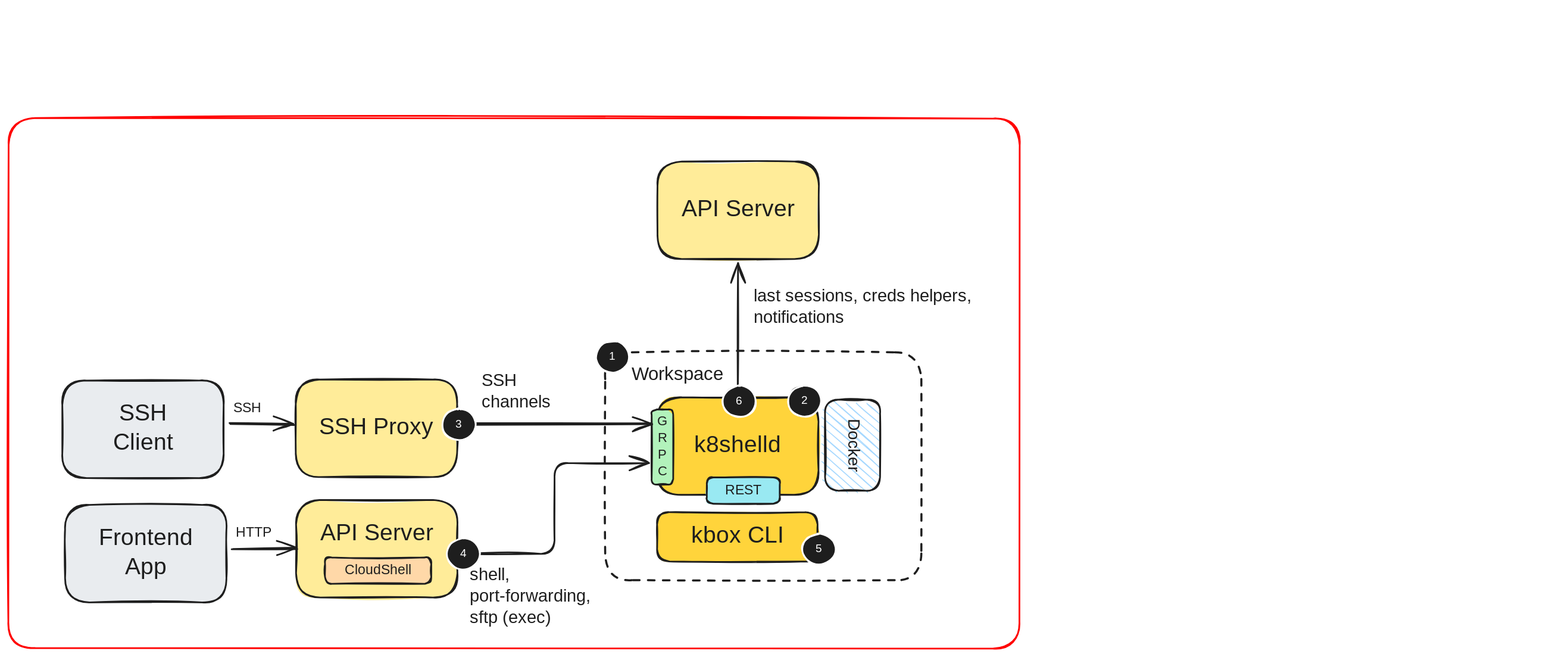
Above: drawings/workspace-architecture.excalidraw.svg in k8shell-io/docs (Excalidraw), before the change. Source tidied: one line per element, renumbered; positions are measured from the earlier drawing's top-left corner, leaving out a move shared by most shapes.
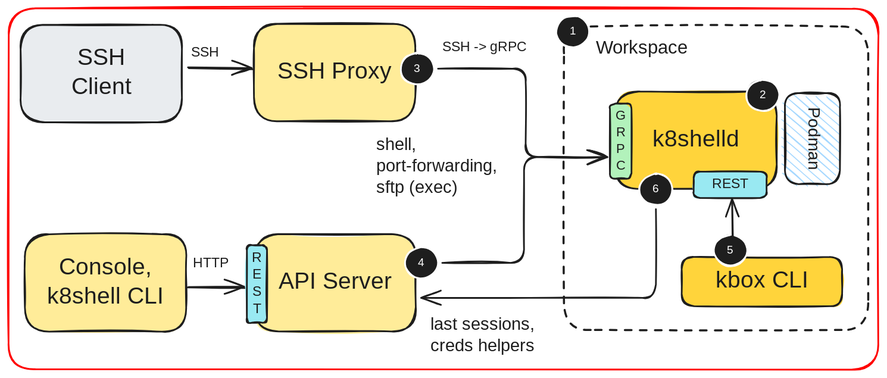
After the change.

Diff of the diagram source:
```diff
@@ -1,47 +1,46 @@
-{"id": 0, "type": "rectangle", "strokeColor": "#ff0000", "angle": 0.0, "strokeWidth": 2, "roughness": 1, "round": true, "x": 0, "y": 0, "width": 1213, "height": 636}
+{"id": 0, "type": "rectangle", "strokeColor": "#ff0000", "angle": 0.0, "strokeWidth": 2, "roughness": 1, "round": true, "x": 50, "y": 202, "width": 1044, "height": 433}
-{"id": 1, "type": "rectangle", "strokeColor": "#1e1e1e", "backgroundColor": "#ffd43b", "fillStyle": "solid", "strokeWidth": 2, "roughness": 1, "round": true, "x": 778, "y": 335, "width": 194, "height": 117}
+{"id": 1, "type": "rectangle", "strokeColor": "#1e1e1e", "backgroundColor": "#ffd43b", "fillStyle": "solid", "strokeWidth": 2, "roughness": 1, "round": true, "x": 778, "y": 301, "width": 194, "height": 117}
-{"id": 2, "type": "text", "text": "k8shelld", "strokeColor": "#1e1e1e", "strokeWidth": 2, "roughness": 1, "fontSize": 28, "fontFamily": 5, "textAlign": "center", "verticalAlign": "middle", "inside": 1, "x": 821, "y": 376, "width": 108, "height": 35}
+{"id": 2, "type": "text", "text": "k8shelld", "strokeColor": "#1e1e1e", "strokeWidth": 2, "roughness": 1, "fontSize": 28, "fontFamily": 5, "textAlign": "center", "verticalAlign": "middle", "inside": 1, "x": 821, "y": 342, "width": 108, "height": 35}
-{"id": 3, "type": "rectangle", "strokeColor": "#1e1e1e", "backgroundColor": "#b2f2bb", "fillStyle": "solid", "strokeWidth": 2, "roughness": 1, "round": true, "x": 772, "y": 349, "width": 26, "height": 90}
+{"id": 3, "type": "rectangle", "strokeColor": "#1e1e1e", "backgroundColor": "#b2f2bb", "fillStyle": "solid", "strokeWidth": 2, "roughness": 1, "round": true, "x": 772, "y": 316, "width": 26, "height": 90}
-{"id": 4, "type": "text", "text": "G\nR\nP\nC", "strokeColor": "#1e1e1e", "strokeWidth": 2, "roughness": 1, "fontSize": 16.02, "fontFamily": 5, "textAlign": "center", "verticalAlign": "middle", "inside": 3, "x": 778, "y": 354, "width": 12, "height": 80}
+{"id": 4, "type": "text", "text": "G\nR\nP\nC", "strokeColor": "#1e1e1e", "strokeWidth": 2, "roughness": 1, "fontSize": 16.02, "fontFamily": 5, "textAlign": "center", "verticalAlign": "middle", "inside": 3, "x": 778, "y": 321, "width": 12, "height": 80}
-{"id": 5, "type": "rectangle", "strokeColor": "#1e1e1e", "backgroundColor": "#ffec99", "fillStyle": "solid", "strokeWidth": 2, "roughness": 1, "round": true, "x": 345, "y": 313, "width": 194, "height": 117}
+{"id": 5, "type": "rectangle", "strokeColor": "#1e1e1e", "backgroundColor": "#ffec99", "fillStyle": "solid", "strokeWidth": 2, "roughness": 1, "round": true, "x": 344, "y": 220, "width": 194, "height": 117}
-{"id": 6, "type": "text", "text": "SSH Proxy", "strokeColor": "#1e1e1e", "strokeWidth": 2, "roughness": 1, "fontSize": 28, "fontFamily": 5, "textAlign": "center", "verticalAlign": "middle", "inside": 5, "x": 371, "y": 354, "width": 141, "height": 35}
+{"id": 6, "type": "text", "text": "SSH Proxy", "strokeColor": "#1e1e1e", "strokeWidth": 2, "roughness": 1, "fontSize": 28, "fontFamily": 5, "textAlign": "center", "verticalAlign": "middle", "inside": 5, "x": 371, "y": 261, "width": 141, "height": 35}
-{"id": 7, "type": "rectangle", "strokeColor": "#1e1e1e", "strokeWidth": 2, "strokeStyle": "dashed", "roughness": 1, "round": true, "x": 716, "y": 281, "width": 379, "height": 273}
+{"id": 7, "type": "rectangle", "strokeColor": "#1e1e1e", "strokeWidth": 2, "strokeStyle": "dashed", "roughness": 1, "round": true, "x": 717, "y": 223, "width": 365, "height": 364}
-{"id": 8, "type": "rectangle", "strokeColor": "#1e1e1e", "angle": 1.57, "backgroundColor": "#a5d8ff", "fillStyle": "hachure", "strokeWidth": 2, "roughness": 1, "round": true, "x": 958, "y": 359, "width": 109, "height": 66}
+{"id": 8, "type": "rectangle", "strokeColor": "#1e1e1e", "angle": 1.57, "backgroundColor": "#a5d8ff", "fillStyle": "hachure", "strokeWidth": 2, "roughness": 1, "round": true, "x": 960, "y": 325, "width": 109, "height": 66}
-{"id": 9, "type": "text", "text": "Docker", "strokeColor": "#1e1e1e", "angle": 1.57, "strokeWidth": 2, "roughness": 1, "fontSize": 20, "fontFamily": 5, "textAlign": "center", "verticalAlign": "middle", "inside": 8, "x": 979, "y": 380, "width": 67, "height": 25}
+{"id": 9, "type": "text", "text": "Podman", "strokeColor": "#1e1e1e", "angle": 1.57, "strokeWidth": 2, "roughness": 1, "fontSize": 20, "fontFamily": 5, "textAlign": "center", "verticalAlign": "middle", "inside": 8, "x": 978, "y": 346, "width": 73, "height": 25}
-{"id": 10, "type": "rectangle", "strokeColor": "#1e1e1e", "backgroundColor": "#ffec99", "fillStyle": "solid", "strokeWidth": 2, "roughness": 1, "round": true, "x": 345, "y": 458, "width": 194, "height": 117}
+{"id": 10, "type": "rectangle", "strokeColor": "#1e1e1e", "backgroundColor": "#ffec99", "fillStyle": "solid", "strokeWidth": 2, "roughness": 1, "round": true, "x": 345, "y": 473, "width": 194, "height": 117}
-{"id": 11, "type": "text", "text": "API Server\n", "strokeColor": "#1e1e1e", "strokeWidth": 2, "roughness": 1, "fontSize": 28, "fontFamily": 5, "textAlign": "center", "verticalAlign": "middle", "inside": 10, "x": 367, "y": 481, "width": 150, "height": 70}
+{"id": 11, "type": "text", "text": "API Server", "strokeColor": "#1e1e1e", "strokeWidth": 2, "roughness": 1, "fontSize": 28, "fontFamily": 5, "textAlign": "center", "verticalAlign": "middle", "inside": 10, "x": 367, "y": 514, "width": 150, "height": 35}
-{"id": 12, "type": "rectangle", "strokeColor": "#1e1e1e", "backgroundColor": "#ffd8a8", "fillStyle": "solid", "strokeWidth": 2, "roughness": 1, "round": true, "x": 380, "y": 527, "width": 127, "height": 32}
-{"id": 13, "type": "text", "text": "CloudShell", "strokeColor": "#1e1e1e", "backgroundColor": "#ffec99", "fillStyle": "solid", "strokeWidth": 2, "roughness": 1, "fontSize": 16.5, "fontFamily": 5, "textAlign": "center", "verticalAlign": "middle", "inside": 12, "x": 404, "y": 532, "width": 79, "height": 21}
-{"id": 14, "type": "rectangle", "strokeColor": "#1e1e1e", "backgroundColor": "#ffec99", "fillStyle": "solid", "strokeWidth": 2, "roughness": 1, "round": true, "x": 779, "y": 52, "width": 194, "height": 117}
-{"id": 15, "type": "text", "text": "API Server", "strokeColor": "#1e1e1e", "strokeWidth": 2, "roughness": 1, "fontSize": 28, "fontFamily": 5, "textAlign": "center", "verticalAlign": "middle", "inside": 14, "x": 800, "y": 93, "width": 150, "height": 35}
-{"id": 16, "type": "rectangle", "strokeColor": "#1e1e1e", "backgroundColor": "#ffd43b", "fillStyle": "solid", "strokeWidth": 2, "roughness": 1, "round": true, "x": 778, "y": 472, "width": 193, "height": 59}
+{"id": 16, "type": "rectangle", "strokeColor": "#1e1e1e", "backgroundColor": "#ffd43b", "fillStyle": "solid", "strokeWidth": 2, "roughness": 1, "round": true, "x": 858, "y": 500, "width": 193, "height": 59}
-{"id": 17, "type": "text", "text": "kbox CLI", "strokeColor": "#1e1e1e", "strokeWidth": 2, "roughness": 1, "fontSize": 28, "fontFamily": 5, "textAlign": "center", "verticalAlign": "middle", "inside": 16, "x": 813, "y": 484, "width": 123, "height": 35}
+{"id": 17, "type": "text", "text": "kbox CLI", "strokeColor": "#1e1e1e", "strokeWidth": 2, "roughness": 1, "fontSize": 28, "fontFamily": 5, "textAlign": "center", "verticalAlign": "middle", "inside": 16, "x": 893, "y": 512, "width": 123, "height": 35}
-{"id": 18, "type": "arrow", "strokeColor": "#1e1e1e", "backgroundColor": "#d0bfff", "fillStyle": "solid", "strokeWidth": 2, "roughness": 1, "endArrowhead": "arrow", "round": true, "from": 5, "to": 3, "x": 543, "y": 367, "width": 228, "height": 0, "points": [[0, 0], [228, 0]]}
-{"id": 19, "type": "arrow", "strokeColor": "#1e1e1e", "backgroundColor": "#d0bfff", "fillStyle": "solid", "strokeWidth": 2, "roughness": 1, "endArrowhead": "arrow", "from": 10, "to": 3, "x": 546, "y": 522, "width": 222, "height": 109, "points": [[0, 0], [109, 0], [109, -109], [222, -109]]}
+{"id": 19, "type": "arrow", "strokeColor": "#1e1e1e", "backgroundColor": "#d0bfff", "fillStyle": "solid", "strokeWidth": 2, "roughness": 1, "endArrowhead": "arrow", "from": 33, "to": 3, "x": 570, "y": 507, "width": 198, "height": 127, "points": [[0, 0], [98, 0], [98, -127], [198, -127]]}
-{"id": 20, "type": "arrow", "strokeColor": "#1e1e1e", "backgroundColor": "#d0bfff", "fillStyle": "solid", "strokeWidth": 2, "roughness": 1, "endArrowhead": "arrow", "from": 1, "to": 14, "x": 875, "y": 330, "width": 0, "height": 156, "points": [[0, 0], [0, -156]]}
-{"id": 21, "type": "text", "text": "SSH \nchannels", "strokeColor": "#1e1e1e", "backgroundColor": "#ffd43b", "fillStyle": "solid", "strokeWidth": 2, "roughness": 1, "fontSize": 20.52, "fontFamily": 5, "x": 568, "y": 303, "width": 82, "height": 51}
+{"id": 21, "type": "text", "text": "SSH -> gRPC", "strokeColor": "#1e1e1e", "backgroundColor": "#ffd43b", "fillStyle": "solid", "strokeWidth": 2, "roughness": 1, "fontSize": 16.12, "fontFamily": 5, "x": 570, "y": 239, "width": 100, "height": 20}
-{"id": 22, "type": "text", "text": "shell, \nport-forwarding,\nsftp (exec)", "strokeColor": "#1e1e1e", "backgroundColor": "#ffd43b", "fillStyle": "solid", "strokeWidth": 2, "roughness": 1, "fontSize": 20.52, "fontFamily": 5, "x": 553, "y": 536, "width": 162, "height": 77}
+{"id": 22, "type": "text", "text": "shell, \nport-forwarding,\nsftp (exec)", "strokeColor": "#1e1e1e", "backgroundColor": "#ffd43b", "fillStyle": "solid", "strokeWidth": 2, "roughness": 1, "fontSize": 20.52, "fontFamily": 5, "x": 491, "y": 354, "width": 162, "height": 77}
-{"id": 23, "type": "text", "text": "last sessions, creds helpers,\nnotifications", "strokeColor": "#1e1e1e", "backgroundColor": "#ffd43b", "fillStyle": "solid", "strokeWidth": 2, "roughness": 1, "fontSize": 20.52, "fontFamily": 5, "x": 894, "y": 202, "width": 280, "height": 51}
+{"id": 23, "type": "text", "text": "last sessions, \ncreds helpers", "strokeColor": "#1e1e1e", "backgroundColor": "#ffd43b", "fillStyle": "solid", "strokeWidth": 2, "roughness": 1, "fontSize": 20.52, "fontFamily": 5, "x": 556, "y": 569, "width": 144, "height": 51}
-{"id": 24, "type": "text", "text": "Workspace", "strokeColor": "#1e1e1e", "strokeWidth": 2, "strokeStyle": "dashed", "roughness": 1, "fontSize": 22.38, "fontFamily": 5, "x": 748, "y": 294, "width": 112, "height": 28}
+{"id": 24, "type": "text", "text": "Workspace", "strokeColor": "#1e1e1e", "strokeWidth": 2, "strokeStyle": "dashed", "roughness": 1, "fontSize": 22.38, "fontFamily": 5, "x": 755, "y": 236, "width": 112, "height": 28}
-{"id": 25, "type": "rectangle", "strokeColor": "#1e1e1e", "backgroundColor": "#99e9f2", "fillStyle": "solid", "strokeWidth": 2, "roughness": 1, "round": true, "x": 838, "y": 431, "width": 88, "height": 32}
+{"id": 25, "type": "rectangle", "strokeColor": "#1e1e1e", "backgroundColor": "#99e9f2", "fillStyle": "solid", "strokeWidth": 2, "roughness": 1, "round": true, "x": 872, "y": 398, "width": 88, "height": 32}
-{"id": 26, "type": "text", "text": "REST", "strokeColor": "#1e1e1e", "strokeWidth": 2, "roughness": 1, "fontSize": 16.53, "fontFamily": 5, "textAlign": "center", "verticalAlign": "middle", "inside": 25, "x": 858, "y": 436, "width": 48, "height": 21}
+{"id": 26, "type": "text", "text": "REST", "strokeColor": "#1e1e1e", "strokeWidth": 2, "roughness": 1, "fontSize": 16.53, "fontFamily": 5, "textAlign": "center", "verticalAlign": "middle", "inside": 25, "x": 892, "y": 403, "width": 48, "height": 21}
-{"id": 27, "type": "ellipse", "strokeColor": "#ffffff", "backgroundColor": "#1e1e1e", "fillStyle": "solid", "strokeWidth": 2, "roughness": 1, "round": true, "x": 705, "y": 267, "width": 40, "height": 38}
+{"id": 27, "type": "ellipse", "strokeColor": "#ffffff", "backgroundColor": "#1e1e1e", "fillStyle": "solid", "strokeWidth": 2, "roughness": 1, "round": true, "x": 707, "y": 211, "width": 40, "height": 38}
-{"id": 28, "type": "text", "text": "1", "strokeColor": "#ffffff", "backgroundColor": "#1e1e1e", "fillStyle": "solid", "strokeWidth": 2, "roughness": 1, "fontSize": 13.5, "fontFamily": 5, "textAlign": "center", "verticalAlign": "middle", "inside": 27, "x": 722, "y": 278, "width": 6, "height": 17}
+{"id": 28, "type": "text", "text": "1", "strokeColor": "#ffffff", "backgroundColor": "#1e1e1e", "fillStyle": "solid", "strokeWidth": 2, "roughness": 1, "fontSize": 13.5, "fontFamily": 5, "textAlign": "center", "verticalAlign": "middle", "inside": 27, "x": 724, "y": 221, "width": 6, "height": 17}
-{"id": 29, "type": "ellipse", "strokeColor": "#ffffff", "backgroundColor": "#1e1e1e", "fillStyle": "solid", "strokeWidth": 2, "roughness": 1, "round": true, "x": 935, "y": 320, "width": 40, "height": 38}
+{"id": 29, "type": "ellipse", "strokeColor": "#ffffff", "backgroundColor": "#1e1e1e", "fillStyle": "solid", "strokeWidth": 2, "roughness": 1, "round": true, "x": 935, "y": 287, "width": 40, "height": 38}
-{"id": 30, "type": "text", "text": "2", "strokeColor": "#ffffff", "backgroundColor": "#1e1e1e", "fillStyle": "solid", "strokeWidth": 2, "roughness": 1, "fontSize": 13.5, "fontFamily": 5, "textAlign": "center", "verticalAlign": "middle", "inside": 29, "x": 950, "y": 331, "width": 9, "height": 17}
+{"id": 30, "type": "text", "text": "2", "strokeColor": "#ffffff", "backgroundColor": "#1e1e1e", "fillStyle": "solid", "strokeWidth": 2, "roughness": 1, "fontSize": 13.5, "fontFamily": 5, "textAlign": "center", "verticalAlign": "middle", "inside": 29, "x": 950, "y": 298, "width": 9, "height": 17}
-{"id": 31, "type": "ellipse", "strokeColor": "#ffffff", "backgroundColor": "#1e1e1e", "fillStyle": "solid", "strokeWidth": 2, "roughness": 1, "round": true, "x": 521, "y": 348, "width": 40, "height": 38}
+{"id": 31, "type": "ellipse", "strokeColor": "#ffffff", "backgroundColor": "#1e1e1e", "fillStyle": "solid", "strokeWidth": 2, "roughness": 1, "round": true, "x": 521, "y": 255, "width": 40, "height": 38}
-{"id": 32, "type": "text", "text": "3", "strokeColor": "#ffffff", "backgroundColor": "#1e1e1e", "fillStyle": "solid", "strokeWidth": 2, "roughness": 1, "fontSize": 13.5, "fontFamily": 5, "textAlign": "center", "verticalAlign": "middle", "inside": 31, "x": 536, "y": 359, "width": 8, "height": 17}
+{"id": 32, "type": "text", "text": "3", "strokeColor": "#ffffff", "backgroundColor": "#1e1e1e", "fillStyle": "solid", "strokeWidth": 2, "roughness": 1, "fontSize": 13.5, "fontFamily": 5, "textAlign": "center", "verticalAlign": "middle", "inside": 31, "x": 536, "y": 266, "width": 8, "height": 17}
-{"id": 33, "type": "ellipse", "strokeColor": "#ffffff", "backgroundColor": "#1e1e1e", "fillStyle": "solid", "strokeWidth": 2, "roughness": 1, "round": true, "x": 526, "y": 504, "width": 40, "height": 38}
+{"id": 33, "type": "ellipse", "strokeColor": "#ffffff", "backgroundColor": "#1e1e1e", "fillStyle": "solid", "strokeWidth": 2, "roughness": 1, "round": true, "x": 526, "y": 488, "width": 40, "height": 38}
-{"id": 34, "type": "text", "text": "4", "strokeColor": "#ffffff", "backgroundColor": "#1e1e1e", "fillStyle": "solid", "strokeWidth": 2, "roughness": 1, "fontSize": 13.5, "fontFamily": 5, "textAlign": "center", "verticalAlign": "middle", "inside": 33, "x": 542, "y": 514, "width": 8, "height": 17}
+{"id": 34, "type": "text", "text": "4", "strokeColor": "#ffffff", "backgroundColor": "#1e1e1e", "fillStyle": "solid", "strokeWidth": 2, "roughness": 1, "fontSize": 13.5, "fontFamily": 5, "textAlign": "center", "verticalAlign": "middle", "inside": 33, "x": 541, "y": 499, "width": 8, "height": 17}
-{"id": 35, "type": "ellipse", "strokeColor": "#ffffff", "backgroundColor": "#1e1e1e", "fillStyle": "solid", "strokeWidth": 2, "roughness": 1, "round": true, "x": 952, "y": 498, "width": 40, "height": 38}
+{"id": 35, "type": "ellipse", "strokeColor": "#ffffff", "backgroundColor": "#1e1e1e", "fillStyle": "solid", "strokeWidth": 2, "roughness": 1, "round": true, "x": 896, "y": 473, "width": 40, "height": 38}
-{"id": 36, "type": "text", "text": "5", "strokeColor": "#ffffff", "backgroundColor": "#1e1e1e", "fillStyle": "solid", "strokeWidth": 2, "roughness": 1, "fontSize": 13.5, "fontFamily": 5, "textAlign": "center", "verticalAlign": "middle", "inside": 35, "x": 968, "y": 509, "width": 8, "height": 17}
+{"id": 36, "type": "text", "text": "5", "strokeColor": "#ffffff", "backgroundColor": "#1e1e1e", "fillStyle": "solid", "strokeWidth": 2, "roughness": 1, "fontSize": 13.5, "fontFamily": 5, "textAlign": "center", "verticalAlign": "middle", "inside": 35, "x": 912, "y": 484, "width": 8, "height": 17}
-{"id": 37, "type": "ellipse", "strokeColor": "#ffffff", "backgroundColor": "#1e1e1e", "fillStyle": "solid", "strokeWidth": 2, "roughness": 1, "round": true, "x": 857, "y": 321, "width": 40, "height": 38}
+{"id": 37, "type": "ellipse", "strokeColor": "#ffffff", "backgroundColor": "#1e1e1e", "fillStyle": "solid", "strokeWidth": 2, "roughness": 1, "round": true, "x": 807, "y": 400, "width": 40, "height": 38}
-{"id": 38, "type": "text", "text": "6", "strokeColor": "#ffffff", "backgroundColor": "#1e1e1e", "fillStyle": "solid", "strokeWidth": 2, "roughness": 1, "fontSize": 13.5, "fontFamily": 5, "textAlign": "center", "verticalAlign": "middle", "inside": 37, "x": 872, "y": 331, "width": 9, "height": 17}
+{"id": 38, "type": "text", "text": "6", "strokeColor": "#ffffff", "backgroundColor": "#1e1e1e", "fillStyle": "solid", "strokeWidth": 2, "roughness": 1, "fontSize": 13.5, "fontFamily": 5, "textAlign": "center", "verticalAlign": "middle", "inside": 37, "x": 823, "y": 411, "width": 9, "height": 17}
-{"id": 39, "type": "rectangle", "strokeColor": "#1e1e1e", "backgroundColor": "#e9ecef", "fillStyle": "solid", "strokeWidth": 2, "roughness": 1, "round": true, "x": 65, "y": 314, "width": 194, "height": 117}
+{"id": 39, "type": "rectangle", "strokeColor": "#1e1e1e", "backgroundColor": "#e9ecef", "fillStyle": "solid", "strokeWidth": 2, "roughness": 1, "round": true, "x": 64, "y": 221, "width": 194, "height": 117}
-{"id": 40, "type": "text", "text": "SSH\nClient", "strokeColor": "#1e1e1e", "strokeWidth": 2, "roughness": 1, "fontSize": 28, "fontFamily": 5, "textAlign": "center", "verticalAlign": "middle", "inside": 39, "x": 123, "y": 338, "width": 76, "height": 70}
+{"id": 40, "type": "text", "text": "SSH\nClient", "strokeColor": "#1e1e1e", "strokeWidth": 2, "roughness": 1, "fontSize": 28, "fontFamily": 5, "textAlign": "center", "verticalAlign": "middle", "inside": 39, "x": 123, "y": 245, "width": 76, "height": 70}
-{"id": 41, "type": "arrow", "strokeColor": "#1e1e1e", "backgroundColor": "#e9ecef", "fillStyle": "solid", "strokeWidth": 2, "roughness": 1, "endArrowhead": "arrow", "round": true, "x": 265, "y": 367, "width": 78, "height": 0, "points": [[0, 0], [78, 0]]}
+{"id": 41, "type": "arrow", "strokeColor": "#1e1e1e", "backgroundColor": "#e9ecef", "fillStyle": "solid", "strokeWidth": 2, "roughness": 1, "endArrowhead": "arrow", "round": true, "x": 265, "y": 274, "width": 78, "height": 0, "points": [[0, 0], [78, 0]]}
-{"id": 42, "type": "text", "text": "SSH", "strokeColor": "#1e1e1e", "backgroundColor": "#ffd43b", "fillStyle": "solid", "strokeWidth": 2, "roughness": 1, "fontSize": 16.69, "fontFamily": 5, "x": 269, "y": 338, "width": 30, "height": 21}
+{"id": 42, "type": "text", "text": "SSH", "strokeColor": "#1e1e1e", "backgroundColor": "#ffd43b", "fillStyle": "solid", "strokeWidth": 2, "roughness": 1, "fontSize": 16.69, "fontFamily": 5, "x": 269, "y": 245, "width": 30, "height": 21}
-{"id": 43, "type": "rectangle", "strokeColor": "#1e1e1e", "backgroundColor": "#e9ecef", "fillStyle": "solid", "strokeWidth": 2, "roughness": 1, "round": true, "x": 68, "y": 464, "width": 194, "height": 117}
+{"id": 43, "type": "rectangle", "strokeColor": "#1e1e1e", "backgroundColor": "#ffec99", "fillStyle": "solid", "strokeWidth": 2, "roughness": 1, "round": true, "x": 69, "y": 473, "width": 194, "height": 117}
-{"id": 44, "type": "text", "text": "Frontend\nApp", "strokeColor": "#1e1e1e", "strokeWidth": 2, "roughness": 1, "fontSize": 28, "fontFamily": 5, "textAlign": "center", "verticalAlign": "middle", "inside": 43, "x": 103, "y": 487, "width": 124, "height": 70}
+{"id": 44, "type": "text", "text": "Console,\nk8shell CLI", "strokeColor": "#1e1e1e", "strokeWidth": 2, "roughness": 1, "fontSize": 28, "fontFamily": 5, "textAlign": "center", "verticalAlign": "middle", "inside": 43, "x": 91, "y": 496, "width": 151, "height": 70}
-{"id": 45, "type": "arrow", "strokeColor": "#1e1e1e", "backgroundColor": "#e9ecef", "fillStyle": "solid", "strokeWidth": 2, "roughness": 1, "endArrowhead": "arrow", "round": true, "x": 269, "y": 516, "width": 78, "height": 0, "points": [[0, 0], [78, 0]]}
+{"id": 45, "type": "arrow", "strokeColor": "#1e1e1e", "backgroundColor": "#e9ecef", "fillStyle": "solid", "strokeWidth": 2, "roughness": 1, "endArrowhead": "arrow", "round": true, "from": 43, "to": 48, "x": 265, "y": 535, "width": 68, "height": 1, "points": [[0, 0], [68, 1]]}
-{"id": 46, "type": "text", "text": "HTTP", "strokeColor": "#1e1e1e", "backgroundColor": "#ffd43b", "fillStyle": "solid", "strokeWidth": 2, "roughness": 1, "fontSize": 16.69, "fontFamily": 5, "x": 273, "y": 487, "width": 50, "height": 21}
+{"id": 46, "type": "text", "text": "HTTP", "strokeColor": "#1e1e1e", "backgroundColor": "#ffd43b", "fillStyle": "solid", "strokeWidth": 2, "roughness": 1, "fontSize": 16.69, "fontFamily": 5, "x": 271, "y": 498, "width": 50, "height": 21}
+{"id": 47, "type": "arrow", "strokeColor": "#1e1e1e", "backgroundColor": "#d0bfff", "fillStyle": "solid", "strokeWidth": 2, "roughness": 1, "endArrowhead": "arrow", "from": 31, "x": 565, "y": 274, "width": 202, "height": 106, "points": [[0, 0], [105, 0], [105, 106], [202, 106]]}
+{"id": 48, "type": "rectangle", "strokeColor": "#1e1e1e", "backgroundColor": "#99e9f2", "fillStyle": "solid", "strokeWidth": 2, "roughness": 1, "round": true, "x": 336, "y": 486, "width": 24, "height": 93}
+{"id": 49, "type": "text", "text": "R\nE\nS\nT", "strokeColor": "#1e1e1e", "strokeWidth": 2, "roughness": 1, "fontSize": 16.53, "fontFamily": 5, "textAlign": "center", "verticalAlign": "middle", "inside": 48, "x": 341, "y": 491, "width": 14, "height": 83}
+{"id": 50, "type": "arrow", "strokeColor": "#1e1e1e", "backgroundColor": "#d0bfff", "fillStyle": "solid", "strokeWidth": 2, "roughness": 1, "endArrowhead": "arrow", "from": 37, "to": 10, "x": 827, "y": 443, "width": 282, "height": 106, "points": [[0, 0], [0, 106], [-282, 106]]}
+{"id": 51, "type": "arrow", "strokeColor": "#1e1e1e", "backgroundColor": "#ffec99", "fillStyle": "solid", "strokeWidth": 2, "roughness": 1, "endArrowhead": "arrow", "round": true, "from": 35, "to": 25, "x": 919, "y": 476, "width": 1, "height": 45, "points": [[0, 0], [-1, -45]]}
```
